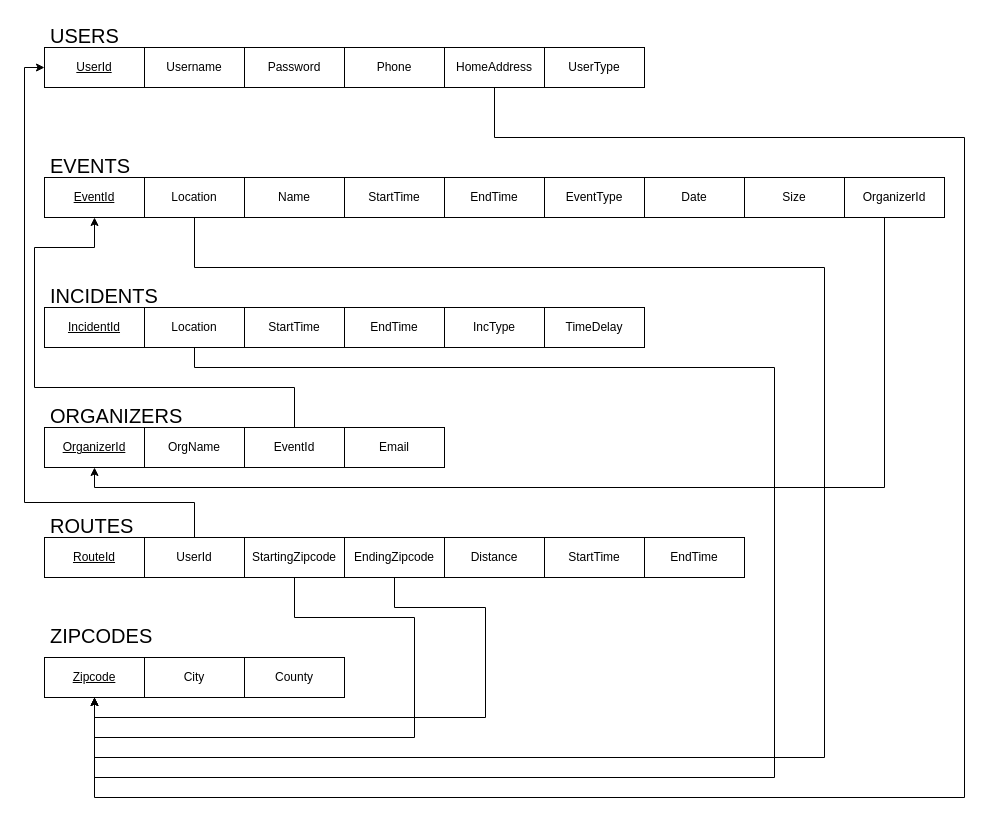
mariababko/TrafficSee keeps this draw.io diagram as src/TrafficSeeIllustrativeDiagram.drawio. Above is the earlier version. Source tidied: cells renumbered, new cells numbered last; positions are measured from the earlier drawing's top-left corner, leaving out a move shared by most shapes. Both pictures are drawn from the tidied source at 100%, with x=0, y=0 at pixel (24, 17).
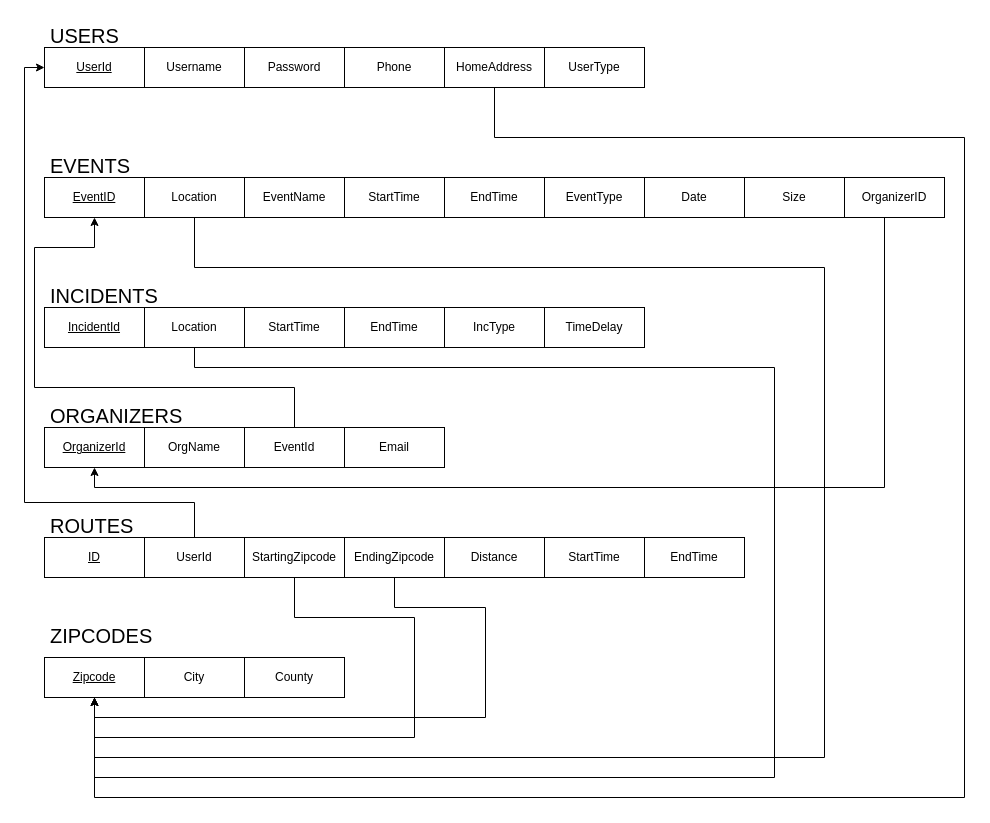
The same diagram, later.

Change to the diagram source:
```diff
@@
-    <mxCell id="12" value="&lt;u&gt;EventId&lt;/u&gt;" style="whiteSpace=wrap;html=1;align=center;" parent="1" vertex="1">
+    <mxCell id="12" value="&lt;u&gt;EventID&lt;/u&gt;" style="whiteSpace=wrap;html=1;align=center;" parent="1" vertex="1">
       <mxGeometry x="20" y="160" width="100" height="40" as="geometry" />
     </mxCell>
@@
-    <mxCell id="32" value="OrganizerId" style="whiteSpace=wrap;html=1;align=center;" parent="1" vertex="1">
+    <mxCell id="32" value="OrganizerID" style="whiteSpace=wrap;html=1;align=center;" parent="1" vertex="1">
       <mxGeometry x="820" y="160" width="100" height="40" as="geometry" />
     </mxCell>
@@
-    <mxCell id="45" value="&lt;u&gt;RouteId&lt;/u&gt;" style="whiteSpace=wrap;html=1;align=center;" parent="1" vertex="1">
+    <mxCell id="45" value="&lt;u&gt;ID&lt;/u&gt;" style="whiteSpace=wrap;html=1;align=center;" parent="1" vertex="1">
       <mxGeometry x="20" y="520" width="100" height="40" as="geometry" />
     </mxCell>
@@
-    <mxCell id="50" value="Name" style="whiteSpace=wrap;html=1;align=center;" parent="1" vertex="1">
+    <mxCell id="50" value="EventName" style="whiteSpace=wrap;html=1;align=center;" parent="1" vertex="1">
       <mxGeometry x="220" y="160" width="100" height="40" as="geometry" />
     </mxCell>
```
